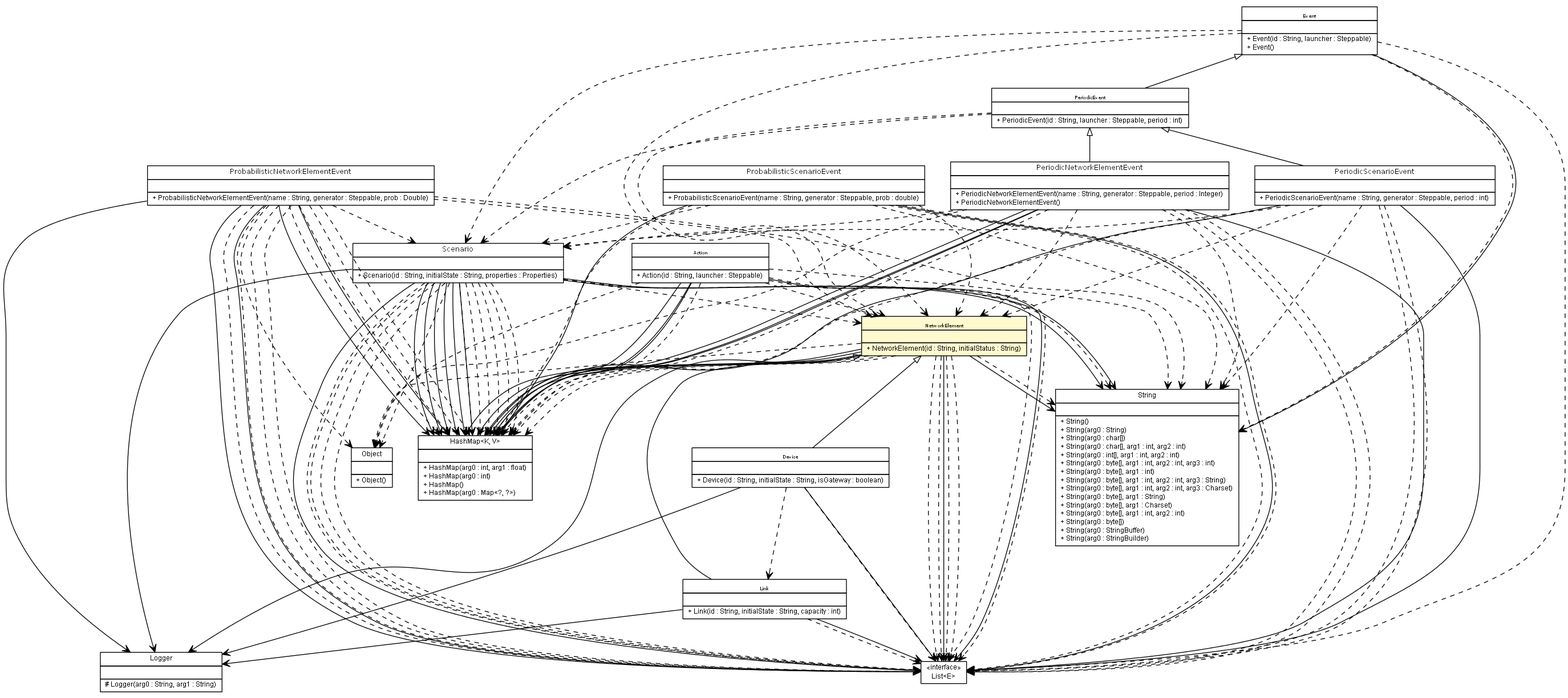
This is apidocs/es/upm/dit/gsi/shanks/model/element/NetworkElement.png from gsi-upm/Shanks, a Graphviz export, as it was before one commit. Its source is kept beside it as apidocs/es/upm/dit/gsi/shanks/model/element/NetworkElement.dot.
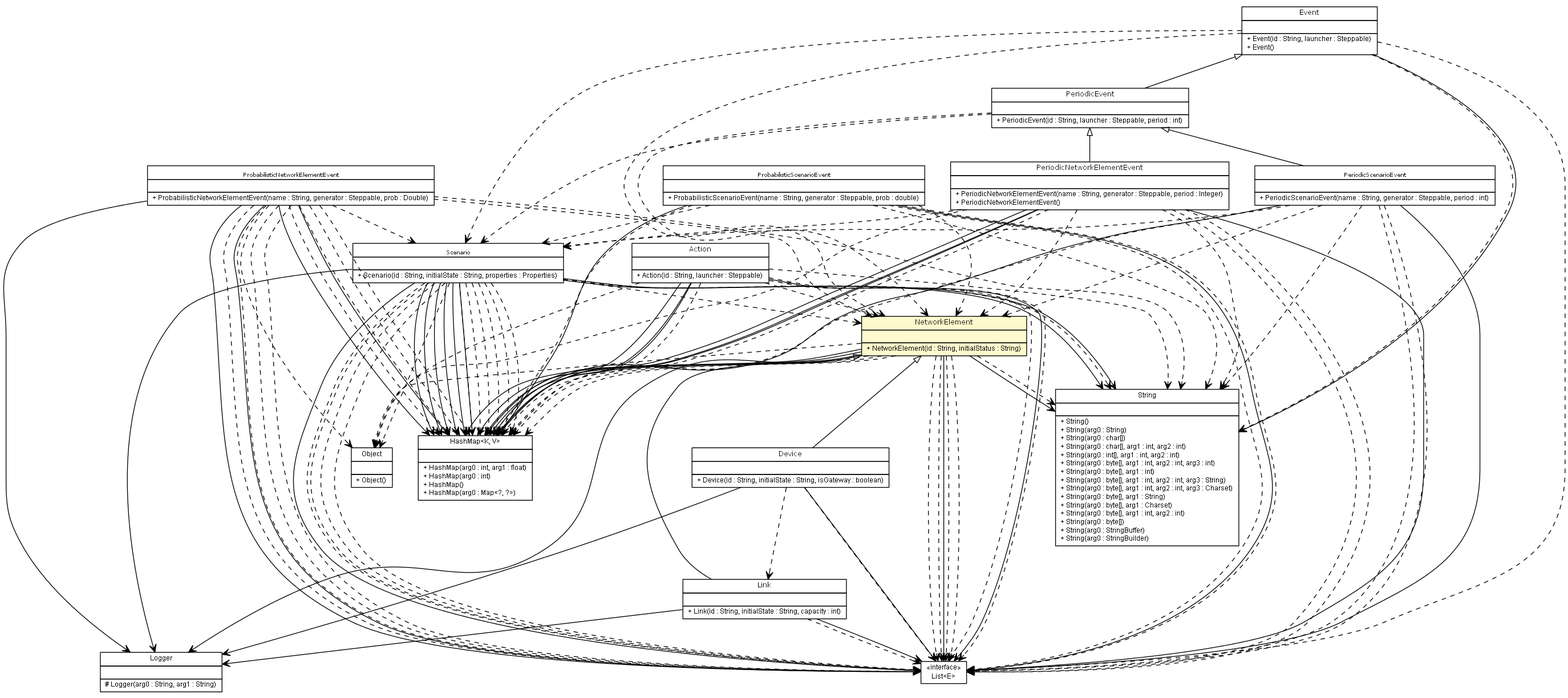
Later version of the same file.

Diff of the diagram source:
```diff
@@ -173,71 +173,71 @@
 	c5036:p -> c5041:p [taillabel="", label="", headlabel="", fontname="arial", fontcolor="black", fontsize=10.0, color="black", arrowhead=open, style=dashed];
 	c5036:p -> c5088:p [taillabel="", label="", headlabel="", fontname="arial", fontcolor="black", fontsize=10.0, color="black", arrowhead=open, style=dashed];
 	c5041:p -> c5088:p [taillabel="", label="", headlabel="", fontname="arial", fontcolor="black", fontsize=10.0, color="black", arrowhead=open, style=dashed];
-	c5044:p -> c5091:p [taillabel="", label="", headlabel="", fontname="arial", fontcolor="black", fontsize=10.0, color="black", arrowhead=open, style=dashed];
 	c5044:p -> c5088:p [taillabel="", label="", headlabel="", fontname="arial", fontcolor="black", fontsize=10.0, color="black", arrowhead=open, style=dashed];
 	c5044:p -> c5088:p [taillabel="", label="", headlabel="", fontname="arial", fontcolor="black", fontsize=10.0, color="black", arrowhead=open, style=dashed];
 	c5044:p -> c5090:p [taillabel="", label="", headlabel="", fontname="arial", fontcolor="black", fontsize=10.0, color="black", arrowhead=open, style=dashed];
 	c5044:p -> c5090:p [taillabel="", label="", headlabel="", fontname="arial", fontcolor="black", fontsize=10.0, color="black", arrowhead=open, style=dashed];
 	c5044:p -> c5090:p [taillabel="", label="", headlabel="", fontname="arial", fontcolor="black", fontsize=10.0, color="black", arrowhead=open, style=dashed];
-	c5044:p -> c5088:p [taillabel="", label="", headlabel="", fontname="arial", fontcolor="black", fontsize=10.0, color="black", arrowhead=open, style=dashed];
 	c5044:p -> c5089:p [taillabel="", label="", headlabel="", fontname="arial", fontcolor="black", fontsize=10.0, color="black", arrowhead=open, style=dashed];
 	c5044:p -> c5088:p [taillabel="", label="", headlabel="", fontname="arial", fontcolor="black", fontsize=10.0, color="black", arrowhead=open, style=dashed];
-	c5045:p -> c5091:p [taillabel="", label="", headlabel="", fontname="arial", fontcolor="black", fontsize=10.0, color="black", arrowhead=open, style=dashed];
+	c5044:p -> c5088:p [taillabel="", label="", headlabel="", fontname="arial", fontcolor="black", fontsize=10.0, color="black", arrowhead=open, style=dashed];
+	c5044:p -> c5091:p [taillabel="", label="", headlabel="", fontname="arial", fontcolor="black", fontsize=10.0, color="black", arrowhead=open, style=dashed];
 	c5045:p -> c5088:p [taillabel="", label="", headlabel="", fontname="arial", fontcolor="black", fontsize=10.0, color="black", arrowhead=open, style=dashed];
-	c5045:p -> c5089:p [taillabel="", label="", headlabel="", fontname="arial", fontcolor="black", fontsize=10.0, color="black", arrowhead=open, style=dashed];
-	c5045:p -> c5090:p [taillabel="", label="", headlabel="", fontname="arial", fontcolor="black", fontsize=10.0, color="black", arrowhead=open, style=dashed];
 	c5045:p -> c5088:p [taillabel="", label="", headlabel="", fontname="arial", fontcolor="black", fontsize=10.0, color="black", arrowhead=open, style=dashed];
 	c5045:p -> c5044:p [taillabel="", label="", headlabel="", fontname="arial", fontcolor="black", fontsize=10.0, color="black", arrowhead=open, style=dashed];
+	c5045:p -> c5090:p [taillabel="", label="", headlabel="", fontname="arial", fontcolor="black", fontsize=10.0, color="black", arrowhead=open, style=dashed];
+	c5045:p -> c5089:p [taillabel="", label="", headlabel="", fontname="arial", fontcolor="black", fontsize=10.0, color="black", arrowhead=open, style=dashed];
+	c5045:p -> c5091:p [taillabel="", label="", headlabel="", fontname="arial", fontcolor="black", fontsize=10.0, color="black", arrowhead=open, style=dashed];
+	c5047:p -> c5044:p [taillabel="", label="", headlabel="", fontname="arial", fontcolor="black", fontsize=10.0, color="black", arrowhead=open, style=dashed];
 	c5047:p -> c5061:p [taillabel="", label="", headlabel="", fontname="arial", fontcolor="black", fontsize=10.0, color="black", arrowhead=open, style=dashed];
-	c5047:p -> c5044:p [taillabel="", label="", headlabel="", fontname="arial", fontcolor="black", fontsize=10.0, color="black", arrowhead=open, style=dashed];
+	c5049:p -> c5044:p [taillabel="", label="", headlabel="", fontname="arial", fontcolor="black", fontsize=10.0, color="black", arrowhead=open, style=dashed];
+	c5049:p -> c5061:p [taillabel="", label="", headlabel="", fontname="arial", fontcolor="black", fontsize=10.0, color="black", arrowhead=open, style=dashed];
+	c5049:p -> c5089:p [taillabel="", label="", headlabel="", fontname="arial", fontcolor="black", fontsize=10.0, color="black", arrowhead=open, style=dashed];
 	c5049:p -> c5088:p [taillabel="", label="", headlabel="", fontname="arial", fontcolor="black", fontsize=10.0, color="black", arrowhead=open, style=dashed];
-	c5049:p -> c5089:p [taillabel="", label="", headlabel="", fontname="arial", fontcolor="black", fontsize=10.0, color="black", arrowhead=open, style=dashed];
-	c5049:p -> c5061:p [taillabel="", label="", headlabel="", fontname="arial", fontcolor="black", fontsize=10.0, color="black", arrowhead=open, style=dashed];
-	c5049:p -> c5044:p [taillabel="", label="", headlabel="", fontname="arial", fontcolor="black", fontsize=10.0, color="black", arrowhead=open, style=dashed];
-	c5057:p -> c5090:p [taillabel="", label="", headlabel="", fontname="arial", fontcolor="black", fontsize=10.0, color="black", arrowhead=open, style=dashed];
-	c5057:p -> c5090:p [taillabel="", label="", headlabel="", fontname="arial", fontcolor="black", fontsize=10.0, color="black", arrowhead=open, style=dashed];
-	c5057:p -> c5091:p [taillabel="", label="", headlabel="", fontname="arial", fontcolor="black", fontsize=10.0, color="black", arrowhead=open, style=dashed];
 	c5057:p -> c5088:p [taillabel="", label="", headlabel="", fontname="arial", fontcolor="black", fontsize=10.0, color="black", arrowhead=open, style=dashed];
-	c5057:p -> c5089:p [taillabel="", label="", headlabel="", fontname="arial", fontcolor="black", fontsize=10.0, color="black", arrowhead=open, style=dashed];
-	c5057:p -> c5090:p [taillabel="", label="", headlabel="", fontname="arial", fontcolor="black", fontsize=10.0, color="black", arrowhead=open, style=dashed];
-	c5057:p -> c5088:p [taillabel="", label="", headlabel="", fontname="arial", fontcolor="black", fontsize=10.0, color="black", arrowhead=open, style=dashed];
-	c5057:p -> c5061:p [taillabel="", label="", headlabel="", fontname="arial", fontcolor="black", fontsize=10.0, color="black", arrowhead=open, style=dashed];
 	c5057:p -> c5088:p [taillabel="", label="", headlabel="", fontname="arial", fontcolor="black", fontsize=10.0, color="black", arrowhead=open, style=dashed];
 	c5057:p -> c5088:p [taillabel="", label="", headlabel="", fontname="arial", fontcolor="black", fontsize=10.0, color="black", arrowhead=open, style=dashed];
 	c5057:p -> c5090:p [taillabel="", label="", headlabel="", fontname="arial", fontcolor="black", fontsize=10.0, color="black", arrowhead=open, style=dashed];
+	c5057:p -> c5090:p [taillabel="", label="", headlabel="", fontname="arial", fontcolor="black", fontsize=10.0, color="black", arrowhead=open, style=dashed];
+	c5057:p -> c5088:p [taillabel="", label="", headlabel="", fontname="arial", fontcolor="black", fontsize=10.0, color="black", arrowhead=open, style=dashed];
+	c5057:p -> c5091:p [taillabel="", label="", headlabel="", fontname="arial", fontcolor="black", fontsize=10.0, color="black", arrowhead=open, style=dashed];
+	c5057:p -> c5090:p [taillabel="", label="", headlabel="", fontname="arial", fontcolor="black", fontsize=10.0, color="black", arrowhead=open, style=dashed];
+	c5057:p -> c5090:p [taillabel="", label="", headlabel="", fontname="arial", fontcolor="black", fontsize=10.0, color="black", arrowhead=open, style=dashed];
 	c5057:p -> c5044:p [taillabel="", label="", headlabel="", fontname="arial", fontcolor="black", fontsize=10.0, color="black", arrowhead=open, style=dashed];
+	c5057:p -> c5061:p [taillabel="", label="", headlabel="", fontname="arial", fontcolor="black", fontsize=10.0, color="black", arrowhead=open, style=dashed];
+	c5057:p -> c5089:p [taillabel="", label="", headlabel="", fontname="arial", fontcolor="black", fontsize=10.0, color="black", arrowhead=open, style=dashed];
 	c5058:p -> c5088:p [taillabel="", label="", headlabel="", fontname="arial", fontcolor="black", fontsize=10.0, color="black", arrowhead=open, style=dashed];
-	c5058:p -> c5091:p [taillabel="", label="", headlabel="", fontname="arial", fontcolor="black", fontsize=10.0, color="black", arrowhead=open, style=dashed];
-	c5058:p -> c5090:p [taillabel="", label="", headlabel="", fontname="arial", fontcolor="black", fontsize=10.0, color="black", arrowhead=open, style=dashed];
+	c5058:p -> c5044:p [taillabel="", label="", headlabel="", fontname="arial", fontcolor="black", fontsize=10.0, color="black", arrowhead=open, style=dashed];
 	c5058:p -> c5088:p [taillabel="", label="", headlabel="", fontname="arial", fontcolor="black", fontsize=10.0, color="black", arrowhead=open, style=dashed];
 	c5058:p -> c5089:p [taillabel="", label="", headlabel="", fontname="arial", fontcolor="black", fontsize=10.0, color="black", arrowhead=open, style=dashed];
 	c5058:p -> c5061:p [taillabel="", label="", headlabel="", fontname="arial", fontcolor="black", fontsize=10.0, color="black", arrowhead=open, style=dashed];
-	c5058:p -> c5044:p [taillabel="", label="", headlabel="", fontname="arial", fontcolor="black", fontsize=10.0, color="black", arrowhead=open, style=dashed];
+	c5058:p -> c5090:p [taillabel="", label="", headlabel="", fontname="arial", fontcolor="black", fontsize=10.0, color="black", arrowhead=open, style=dashed];
+	c5058:p -> c5091:p [taillabel="", label="", headlabel="", fontname="arial", fontcolor="black", fontsize=10.0, color="black", arrowhead=open, style=dashed];
+	c5059:p -> c5088:p [taillabel="", label="", headlabel="", fontname="arial", fontcolor="black", fontsize=10.0, color="black", arrowhead=open, style=dashed];
+	c5059:p -> c5044:p [taillabel="", label="", headlabel="", fontname="arial", fontcolor="black", fontsize=10.0, color="black", arrowhead=open, style=dashed];
 	c5059:p -> c5090:p [taillabel="", label="", headlabel="", fontname="arial", fontcolor="black", fontsize=10.0, color="black", arrowhead=open, style=dashed];
-	c5059:p -> c5088:p [taillabel="", label="", headlabel="", fontname="arial", fontcolor="black", fontsize=10.0, color="black", arrowhead=open, style=dashed];
-	c5059:p -> c5088:p [taillabel="", label="", headlabel="", fontname="arial", fontcolor="black", fontsize=10.0, color="black", arrowhead=open, style=dashed];
 	c5059:p -> c5089:p [taillabel="", label="", headlabel="", fontname="arial", fontcolor="black", fontsize=10.0, color="black", arrowhead=open, style=dashed];
 	c5059:p -> c5061:p [taillabel="", label="", headlabel="", fontname="arial", fontcolor="black", fontsize=10.0, color="black", arrowhead=open, style=dashed];
-	c5059:p -> c5044:p [taillabel="", label="", headlabel="", fontname="arial", fontcolor="black", fontsize=10.0, color="black", arrowhead=open, style=dashed];
+	c5059:p -> c5088:p [taillabel="", label="", headlabel="", fontname="arial", fontcolor="black", fontsize=10.0, color="black", arrowhead=open, style=dashed];
 	c5060:p -> c5090:p [taillabel="", label="", headlabel="", fontname="arial", fontcolor="black", fontsize=10.0, color="black", arrowhead=open, style=dashed];
+	c5060:p -> c5044:p [taillabel="", label="", headlabel="", fontname="arial", fontcolor="black", fontsize=10.0, color="black", arrowhead=open, style=dashed];
+	c5060:p -> c5088:p [taillabel="", label="", headlabel="", fontname="arial", fontcolor="black", fontsize=10.0, color="black", arrowhead=open, style=dashed];
 	c5060:p -> c5089:p [taillabel="", label="", headlabel="", fontname="arial", fontcolor="black", fontsize=10.0, color="black", arrowhead=open, style=dashed];
 	c5060:p -> c5061:p [taillabel="", label="", headlabel="", fontname="arial", fontcolor="black", fontsize=10.0, color="black", arrowhead=open, style=dashed];
 	c5060:p -> c5088:p [taillabel="", label="", headlabel="", fontname="arial", fontcolor="black", fontsize=10.0, color="black", arrowhead=open, style=dashed];
-	c5060:p -> c5044:p [taillabel="", label="", headlabel="", fontname="arial", fontcolor="black", fontsize=10.0, color="black", arrowhead=open, style=dashed];
-	c5060:p -> c5088:p [taillabel="", label="", headlabel="", fontname="arial", fontcolor="black", fontsize=10.0, color="black", arrowhead=open, style=dashed];
+	c5061:p -> c5044:p [taillabel="", label="", headlabel="", fontname="arial", fontcolor="black", fontsize=10.0, color="black", arrowhead=open, style=dashed];
+	c5061:p -> c5090:p [taillabel="", label="", headlabel="", fontname="arial", fontcolor="black", fontsize=10.0, color="black", arrowhead=open, style=dashed];
+	c5061:p -> c5088:p [taillabel="", label="", headlabel="", fontname="arial", fontcolor="black", fontsize=10.0, color="black", arrowhead=open, style=dashed];
+	c5061:p -> c5089:p [taillabel="", label="", headlabel="", fontname="arial", fontcolor="black", fontsize=10.0, color="black", arrowhead=open, style=dashed];
+	c5061:p -> c5088:p [taillabel="", label="", headlabel="", fontname="arial", fontcolor="black", fontsize=10.0, color="black", arrowhead=open, style=dashed];
+	c5061:p -> c5090:p [taillabel="", label="", headlabel="", fontname="arial", fontcolor="black", fontsize=10.0, color="black", arrowhead=open, style=dashed];
+	c5061:p -> c5088:p [taillabel="", label="", headlabel="", fontname="arial", fontcolor="black", fontsize=10.0, color="black", arrowhead=open, style=dashed];
+	c5061:p -> c5090:p [taillabel="", label="", headlabel="", fontname="arial", fontcolor="black", fontsize=10.0, color="black", arrowhead=open, style=dashed];
 	c5061:p -> c5091:p [taillabel="", label="", headlabel="", fontname="arial", fontcolor="black", fontsize=10.0, color="black", arrowhead=open, style=dashed];
 	c5061:p -> c5090:p [taillabel="", label="", headlabel="", fontname="arial", fontcolor="black", fontsize=10.0, color="black", arrowhead=open, style=dashed];
 	c5061:p -> c5090:p [taillabel="", label="", headlabel="", fontname="arial", fontcolor="black", fontsize=10.0, color="black", arrowhead=open, style=dashed];
 	c5061:p -> c5090:p [taillabel="", label="", headlabel="", fontname="arial", fontcolor="black", fontsize=10.0, color="black", arrowhead=open, style=dashed];
-	c5061:p -> c5090:p [taillabel="", label="", headlabel="", fontname="arial", fontcolor="black", fontsize=10.0, color="black", arrowhead=open, style=dashed];
 	c5061:p -> c5088:p [taillabel="", label="", headlabel="", fontname="arial", fontcolor="black", fontsize=10.0, color="black", arrowhead=open, style=dashed];
-	c5061:p -> c5089:p [taillabel="", label="", headlabel="", fontname="arial", fontcolor="black", fontsize=10.0, color="black", arrowhead=open, style=dashed];
-	c5061:p -> c5088:p [taillabel="", label="", headlabel="", fontname="arial", fontcolor="black", fontsize=10.0, color="black", arrowhead=open, style=dashed];
-	c5061:p -> c5088:p [taillabel="", label="", headlabel="", fontname="arial", fontcolor="black", fontsize=10.0, color="black", arrowhead=open, style=dashed];
-	c5061:p -> c5090:p [taillabel="", label="", headlabel="", fontname="arial", fontcolor="black", fontsize=10.0, color="black", arrowhead=open, style=dashed];
-	c5061:p -> c5088:p [taillabel="", label="", headlabel="", fontname="arial", fontcolor="black", fontsize=10.0, color="black", arrowhead=open, style=dashed];
-	c5061:p -> c5090:p [taillabel="", label="", headlabel="", fontname="arial", fontcolor="black", fontsize=10.0, color="black", arrowhead=open, style=dashed];
-	c5061:p -> c5044:p [taillabel="", label="", headlabel="", fontname="arial", fontcolor="black", fontsize=10.0, color="black", arrowhead=open, style=dashed];
 	c5091 [label=<<table title="java.lang.Object" border="0" cellborder="1" cellspacing="0" cellpadding="2" port="p" href="http://java.sun.com/j2se/1.4.2/docs/api/java/lang/Object.html">
 		<tr><td><table border="0" cellspacing="0" cellpadding="1">
 <tr><td align="center" balign="center"> Object </td></tr>
```
